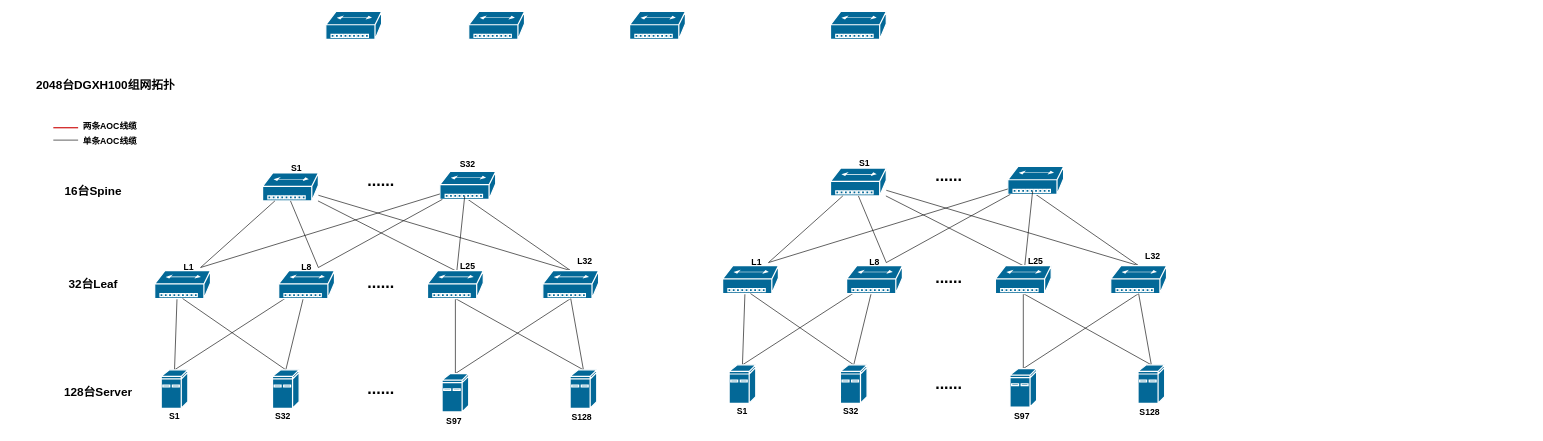
This is dgxh100-2048.drawio from hel-2000/network-draw, a draw.io file, before an edit. Source tidied: cells renumbered, new cells numbered last; positions are measured from the earlier drawing's top-left corner, leaving out a move shared by most shapes. Both pictures are drawn from the tidied source at 62%, with x=0, y=0 at pixel (11, 11).
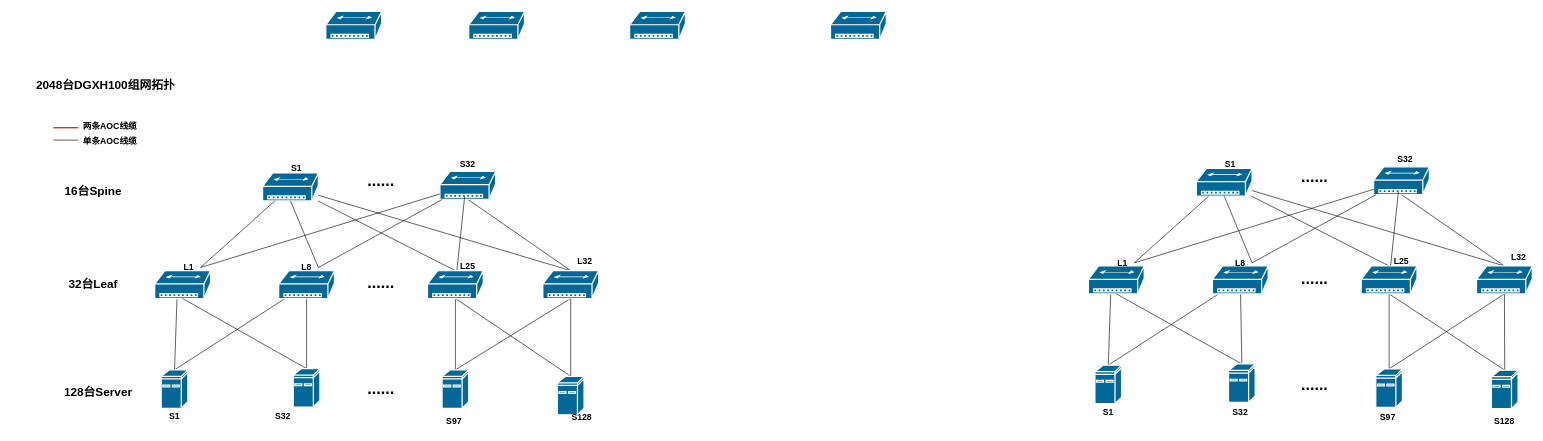
After the change.

Diff of the diagram source:
```diff
@@
     <mxCell id="8" style="shape=mxgraph.cisco.computers_and_peripherals.ibm_mini_as400;sketch=0;html=1;dashed=0;fillColor=#036897;strokeColor=#ffffff;strokeWidth=2;verticalLabelPosition=bottom;verticalAlign=top;align=center;outlineConnect=0;" parent="1" vertex="1">
-      <mxGeometry x="422" y="578" width="43" height="62" as="geometry" />
+      <mxGeometry x="455.5" y="576" width="43" height="62" as="geometry" />
     </mxCell>
@@
     <mxCell id="11" style="shape=mxgraph.cisco.computers_and_peripherals.ibm_mini_as400;sketch=0;html=1;dashed=0;fillColor=#036897;strokeColor=#ffffff;strokeWidth=2;verticalLabelPosition=bottom;verticalAlign=top;align=center;outlineConnect=0;" parent="1" vertex="1">
-      <mxGeometry x="695.5" y="584" width="43" height="62" as="geometry" />
+      <mxGeometry x="695.5" y="578" width="43" height="62" as="geometry" />
     </mxCell>
@@
     <mxCell id="19" style="shape=mxgraph.cisco.computers_and_peripherals.ibm_mini_as400;sketch=0;html=1;dashed=0;fillColor=#036897;strokeColor=#ffffff;strokeWidth=2;verticalLabelPosition=bottom;verticalAlign=top;align=center;outlineConnect=0;" parent="1" vertex="1">
-      <mxGeometry x="902" y="578" width="43" height="62" as="geometry" />
+      <mxGeometry x="881.5" y="588.5" width="43" height="62" as="geometry" />
     </mxCell>
@@
     <mxCell id="49" style="rounded=0;jettySize=auto;html=1;exitX=0.5;exitY=0;exitDx=0;exitDy=0;exitPerimeter=0;entryX=1;entryY=1;entryDx=0;entryDy=0;endArrow=none;endFill=0;" parent="1" edge="1" source="51">
       <mxGeometry relative="1" as="geometry">
-        <mxPoint x="1184" y="455" as="targetPoint" />
+        <mxPoint x="1774" y="455.5" as="targetPoint" />
       </mxGeometry>
     </mxCell>
@@
     <mxCell id="51" style="shape=mxgraph.cisco.computers_and_peripherals.ibm_mini_as400;sketch=0;html=1;dashed=0;fillColor=#036897;strokeColor=#ffffff;strokeWidth=2;verticalLabelPosition=bottom;verticalAlign=top;align=center;outlineConnect=0;" parent="1" vertex="1">
-      <mxGeometry x="1158.5" y="570" width="43" height="62" as="geometry" />
+      <mxGeometry x="1748.5" y="570.5" width="43" height="62" as="geometry" />
     </mxCell>
     <mxCell id="52" style="shape=mxgraph.cisco.hubs_and_gateways.small_hub;sketch=0;html=1;dashed=0;fillColor=#036897;strokeColor=#ffffff;strokeWidth=2;verticalLabelPosition=bottom;verticalAlign=top;align=center;outlineConnect=0;" parent="1" vertex="1">
-      <mxGeometry x="1148" y="410" width="90" height="45" as="geometry" />
+      <mxGeometry x="1738" y="410.5" width="90" height="45" as="geometry" />
     </mxCell>
@@
     <mxCell id="55" style="shape=mxgraph.cisco.computers_and_peripherals.ibm_mini_as400;sketch=0;html=1;dashed=0;fillColor=#036897;strokeColor=#ffffff;strokeWidth=2;verticalLabelPosition=bottom;verticalAlign=top;align=center;outlineConnect=0;" parent="1" vertex="1">
-      <mxGeometry x="1338" y="570" width="43" height="62" as="geometry" />
+      <mxGeometry x="1964" y="568.5" width="43" height="62" as="geometry" />
     </mxCell>
@@
     <mxCell id="58" style="shape=mxgraph.cisco.computers_and_peripherals.ibm_mini_as400;sketch=0;html=1;dashed=0;fillColor=#036897;strokeColor=#ffffff;strokeWidth=2;verticalLabelPosition=bottom;verticalAlign=top;align=center;outlineConnect=0;" parent="1" vertex="1">
-      <mxGeometry x="1611.5" y="576" width="43" height="62" as="geometry" />
+      <mxGeometry x="2201.5" y="576.5" width="43" height="62" as="geometry" />
     </mxCell>
     <mxCell id="59" style="shape=mxgraph.cisco.hubs_and_gateways.small_hub;sketch=0;html=1;dashed=0;fillColor=#036897;strokeColor=#ffffff;strokeWidth=2;verticalLabelPosition=bottom;verticalAlign=top;align=center;outlineConnect=0;" parent="1" vertex="1">
-      <mxGeometry x="1322" y="252.5" width="90" height="45" as="geometry" />
+      <mxGeometry x="1912" y="253" width="90" height="45" as="geometry" />
     </mxCell>
@@
     <mxCell id="62" style="shape=mxgraph.cisco.hubs_and_gateways.small_hub;sketch=0;html=1;dashed=0;fillColor=#036897;strokeColor=#ffffff;strokeWidth=2;verticalLabelPosition=bottom;verticalAlign=top;align=center;outlineConnect=0;" parent="1" vertex="1">
-      <mxGeometry x="1774" y="410" width="90" height="45" as="geometry" />
+      <mxGeometry x="2364" y="410.5" width="90" height="45" as="geometry" />
     </mxCell>
     <mxCell id="63" style="shape=mxgraph.cisco.hubs_and_gateways.small_hub;sketch=0;html=1;dashed=0;fillColor=#036897;strokeColor=#ffffff;strokeWidth=2;verticalLabelPosition=bottom;verticalAlign=top;align=center;outlineConnect=0;" parent="1" vertex="1">
-      <mxGeometry x="1608" y="250" width="90" height="45" as="geometry" />
+      <mxGeometry x="2198" y="250.5" width="90" height="45" as="geometry" />
     </mxCell>
@@
     <mxCell id="66" style="shape=mxgraph.cisco.computers_and_peripherals.ibm_mini_as400;sketch=0;html=1;dashed=0;fillColor=#036897;strokeColor=#ffffff;strokeWidth=2;verticalLabelPosition=bottom;verticalAlign=top;align=center;outlineConnect=0;" parent="1" vertex="1">
-      <mxGeometry x="1818" y="570" width="43" height="62" as="geometry" />
+      <mxGeometry x="2388" y="578.5" width="43" height="62" as="geometry" />
     </mxCell>
     <mxCell id="67" value="&lt;b style=&quot;&quot;&gt;&lt;span style=&quot;font-size: 26px;&quot;&gt;......&lt;/span&gt;&lt;br&gt;&lt;/b&gt;" style="text;strokeColor=none;align=center;fillColor=none;html=1;verticalAlign=middle;whiteSpace=wrap;rounded=0;" parent="1" vertex="1">
-      <mxGeometry x="1478" y="588.5" width="70" height="25" as="geometry" />
+      <mxGeometry x="2068" y="589" width="70" height="25" as="geometry" />
     </mxCell>
     <mxCell id="68" style="shape=mxgraph.cisco.hubs_and_gateways.small_hub;sketch=0;html=1;dashed=0;fillColor=#036897;strokeColor=#ffffff;strokeWidth=2;verticalLabelPosition=bottom;verticalAlign=top;align=center;outlineConnect=0;" parent="1" vertex="1">
-      <mxGeometry x="1348" y="410" width="90" height="45" as="geometry" />
+      <mxGeometry x="1938" y="410.5" width="90" height="45" as="geometry" />
     </mxCell>
@@
     <mxCell id="71" value="&lt;b style=&quot;&quot;&gt;&lt;font style=&quot;font-size: 14px;&quot;&gt;L1&lt;/font&gt;&lt;/b&gt;" style="text;strokeColor=none;align=center;fillColor=none;html=1;verticalAlign=middle;whiteSpace=wrap;rounded=0;" parent="1" vertex="1">
-      <mxGeometry x="1184" y="390" width="38" height="30" as="geometry" />
+      <mxGeometry x="1774" y="390.5" width="38" height="30" as="geometry" />
     </mxCell>
@@
     <mxCell id="74" value="&lt;b style=&quot;&quot;&gt;&lt;font style=&quot;font-size: 14px;&quot;&gt;L8&lt;/font&gt;&lt;/b&gt;" style="text;strokeColor=none;align=center;fillColor=none;html=1;verticalAlign=middle;whiteSpace=wrap;rounded=0;" parent="1" vertex="1">
-      <mxGeometry x="1374" y="390" width="38" height="30" as="geometry" />
+      <mxGeometry x="1964" y="390.5" width="38" height="30" as="geometry" />
     </mxCell>
     <mxCell id="75" value="&lt;span style=&quot;font-size: 14px;&quot;&gt;&lt;b&gt;S1&lt;/b&gt;&lt;/span&gt;" style="text;strokeColor=none;align=center;fillColor=none;html=1;verticalAlign=middle;whiteSpace=wrap;rounded=0;" parent="1" vertex="1">
-      <mxGeometry x="1358" y="230" width="38" height="30" as="geometry" />
+      <mxGeometry x="1948" y="230.5" width="38" height="30" as="geometry" />
     </mxCell>
     <mxCell id="76" value="&lt;b style=&quot;&quot;&gt;&lt;font style=&quot;font-size: 14px;&quot;&gt;S1&lt;/font&gt;&lt;/b&gt;" style="text;strokeColor=none;align=center;fillColor=none;html=1;verticalAlign=middle;whiteSpace=wrap;rounded=0;" parent="1" vertex="1">
-      <mxGeometry x="1161" y="630" width="38" height="30" as="geometry" />
+      <mxGeometry x="1751" y="630.5" width="38" height="30" as="geometry" />
     </mxCell>
     <mxCell id="77" value="&lt;b style=&quot;&quot;&gt;&lt;font style=&quot;font-size: 14px;&quot;&gt;S32&lt;/font&gt;&lt;/b&gt;" style="text;strokeColor=none;align=center;fillColor=none;html=1;verticalAlign=middle;whiteSpace=wrap;rounded=0;" parent="1" vertex="1">
-      <mxGeometry x="1336" y="630" width="38" height="30" as="geometry" />
+      <mxGeometry x="1964" y="630.5" width="38" height="30" as="geometry" />
     </mxCell>
     <mxCell id="78" value="&lt;b style=&quot;&quot;&gt;&lt;font style=&quot;font-size: 14px;&quot;&gt;S97&lt;/font&gt;&lt;/b&gt;" style="text;strokeColor=none;align=center;fillColor=none;html=1;verticalAlign=middle;whiteSpace=wrap;rounded=0;" parent="1" vertex="1">
-      <mxGeometry x="1611.5" y="638" width="38" height="30" as="geometry" />
+      <mxGeometry x="2201.5" y="638.5" width="38" height="30" as="geometry" />
     </mxCell>
     <mxCell id="79" value="&lt;b style=&quot;&quot;&gt;&lt;font style=&quot;font-size: 14px;&quot;&gt;S128&lt;/font&gt;&lt;/b&gt;" style="text;strokeColor=none;align=center;fillColor=none;html=1;verticalAlign=middle;whiteSpace=wrap;rounded=0;" parent="1" vertex="1">
-      <mxGeometry x="1818" y="632" width="38" height="30" as="geometry" />
+      <mxGeometry x="2390" y="646" width="38" height="30" as="geometry" />
     </mxCell>
     <mxCell id="80" style="rounded=0;jettySize=auto;html=1;endArrow=none;strokeColor=default;endFill=0;strokeWidth=1;" parent="1" edge="1" source="82">
       <mxGeometry relative="1" as="geometry">
-        <mxPoint x="1648" y="290" as="targetPoint" />
+        <mxPoint x="2238" y="290.5" as="targetPoint" />
       </mxGeometry>
     </mxCell>
@@
     <mxCell id="82" style="shape=mxgraph.cisco.hubs_and_gateways.small_hub;sketch=0;html=1;dashed=0;fillColor=#036897;strokeColor=#ffffff;strokeWidth=2;verticalLabelPosition=bottom;verticalAlign=top;align=center;outlineConnect=0;" parent="1" vertex="1">
-      <mxGeometry x="1588" y="410" width="90" height="45" as="geometry" />
+      <mxGeometry x="2178" y="410.5" width="90" height="45" as="geometry" />
     </mxCell>
     <mxCell id="83" value="&lt;b style=&quot;&quot;&gt;&lt;font style=&quot;font-size: 14px;&quot;&gt;L32&lt;/font&gt;&lt;/b&gt;" style="text;strokeColor=none;align=center;fillColor=none;html=1;verticalAlign=middle;whiteSpace=wrap;rounded=0;" parent="1" vertex="1">
-      <mxGeometry x="1823" y="380" width="38" height="30" as="geometry" />
+      <mxGeometry x="2413" y="380.5" width="38" height="30" as="geometry" />
     </mxCell>
     <mxCell id="84" value="&lt;b style=&quot;&quot;&gt;&lt;font style=&quot;font-size: 14px;&quot;&gt;L25&lt;/font&gt;&lt;/b&gt;" style="text;strokeColor=none;align=center;fillColor=none;html=1;verticalAlign=middle;whiteSpace=wrap;rounded=0;" parent="1" vertex="1">
-      <mxGeometry x="1634" y="387.5" width="38" height="30" as="geometry" />
+      <mxGeometry x="2224" y="388" width="38" height="30" as="geometry" />
     </mxCell>
     <mxCell id="85" value="&lt;b style=&quot;&quot;&gt;&lt;span style=&quot;font-size: 26px;&quot;&gt;......&lt;/span&gt;&lt;br&gt;&lt;/b&gt;" style="text;strokeColor=none;align=center;fillColor=none;html=1;verticalAlign=middle;whiteSpace=wrap;rounded=0;" parent="1" vertex="1">
-      <mxGeometry x="1478" y="417.5" width="70" height="25" as="geometry" />
+      <mxGeometry x="2068" y="418" width="70" height="25" as="geometry" />
     </mxCell>
     <mxCell id="86" value="&lt;b style=&quot;&quot;&gt;&lt;span style=&quot;font-size: 26px;&quot;&gt;......&lt;/span&gt;&lt;br&gt;&lt;/b&gt;" style="text;strokeColor=none;align=center;fillColor=none;html=1;verticalAlign=middle;whiteSpace=wrap;rounded=0;" parent="1" vertex="1">
-      <mxGeometry x="1478" y="252.5" width="70" height="25" as="geometry" />
+      <mxGeometry x="2068" y="253" width="70" height="25" as="geometry" />
     </mxCell>
@@
+    <mxCell id="91" value="&lt;span style=&quot;font-size: 14px;&quot;&gt;&lt;b&gt;S32&lt;/b&gt;&lt;/span&gt;" style="text;strokeColor=none;align=center;fillColor=none;html=1;verticalAlign=middle;whiteSpace=wrap;rounded=0;" parent="1" vertex="1">
+      <mxGeometry x="2230" y="223" width="38" height="30" as="geometry" />
+    </mxCell>
```
